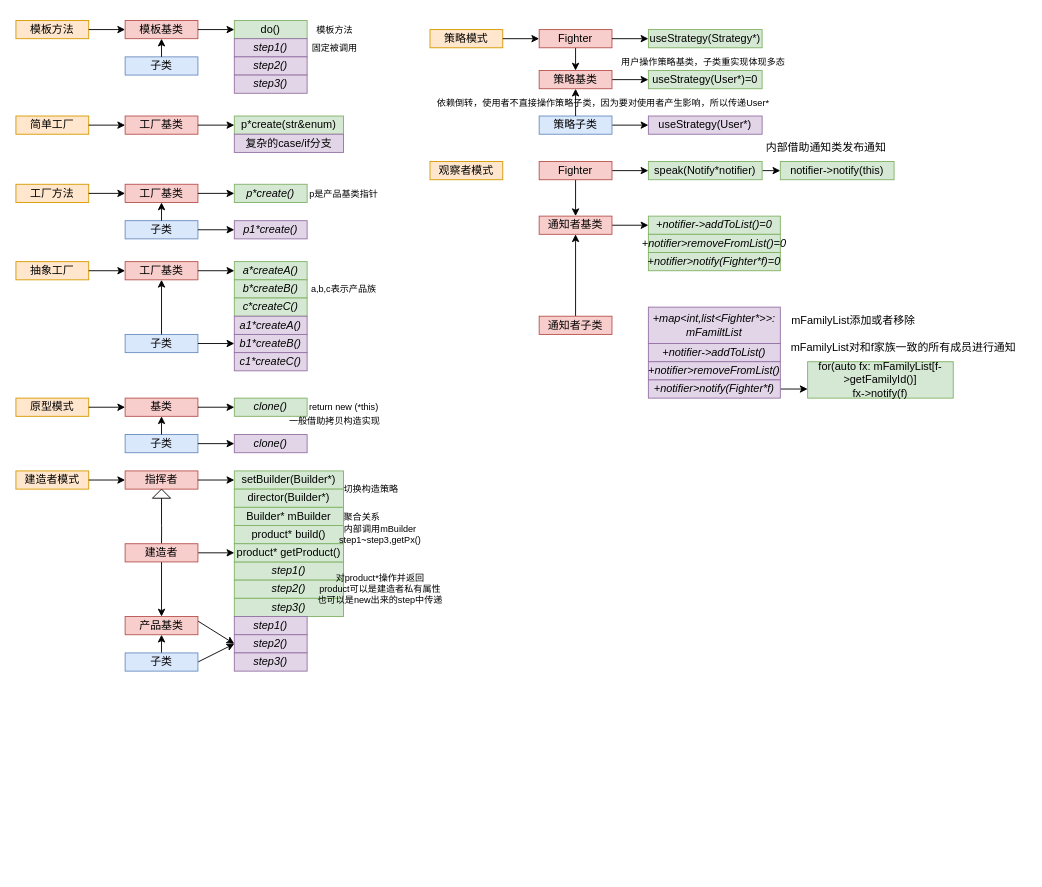
This is designMode.drawio from chenbei97/C--DesignMode, a draw.io file, before an edit. Source tidied: cells renumbered, new cells numbered last; positions are measured from the earlier drawing's top-left corner, leaving out a move shared by most shapes. Both pictures are drawn from the tidied source at 91%, with x=0, y=0 at pixel (15, 15).
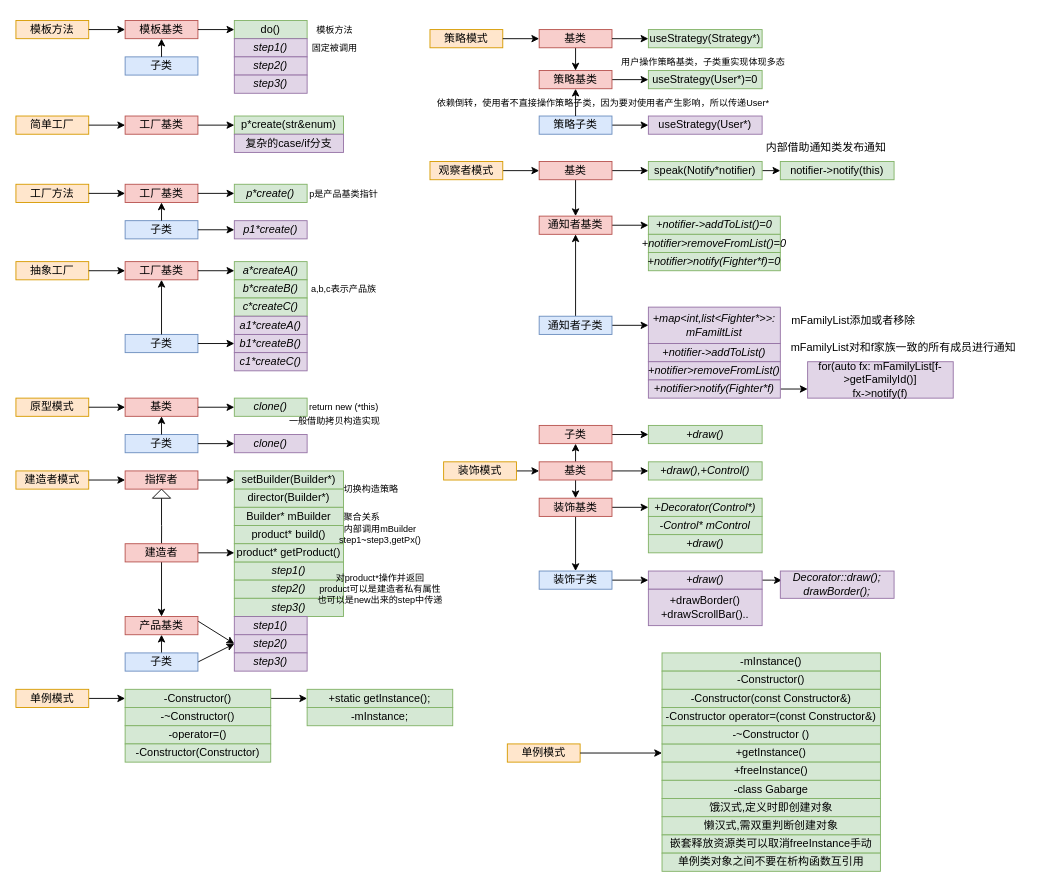
The same page after the edit.

Unchanged cells that the change refers to:
```xml
<mxCell id="106" value="观察者模式" style="whiteSpace=wrap;html=1;fillColor=#ffe6cc;strokeColor=#d79b00;" parent="1" vertex="1">
  <mxGeometry x="455" y="160" width="80" height="20" as="geometry" />
</mxCell>
<mxCell id="124" value="&lt;i&gt;+map&amp;lt;int,list&amp;lt;Fighter*&amp;gt;&amp;gt;:&lt;br&gt;mFamiltList&lt;br&gt;&lt;/i&gt;" style="whiteSpace=wrap;html=1;fillColor=#e1d5e7;strokeColor=#9673a6;" parent="1" vertex="1">
  <mxGeometry x="695" y="320" width="145" height="40" as="geometry" />
</mxCell>
```

Diff of the diagram source:
```diff
@@
-    <mxCell id="93" value="Fighter" style="whiteSpace=wrap;html=1;fillColor=#f8cecc;strokeColor=#b85450;" parent="1" vertex="1">
+    <mxCell id="93" value="基类" style="whiteSpace=wrap;html=1;fillColor=#f8cecc;strokeColor=#b85450;" parent="1" vertex="1">
       <mxGeometry x="575" y="15" width="80" height="20" as="geometry" />
     </mxCell>
@@
+    <mxCell id="129" style="edgeStyle=none;html=1;exitX=1;exitY=0.5;exitDx=0;exitDy=0;entryX=0;entryY=0.5;entryDx=0;entryDy=0;" parent="1" edge="1" source="106" target="109">
+      <mxGeometry relative="1" as="geometry" />
+    </mxCell>
@@
-    <mxCell id="109" value="Fighter" style="whiteSpace=wrap;html=1;fillColor=#f8cecc;strokeColor=#b85450;" parent="1" vertex="1">
+    <mxCell id="109" value="基类" style="whiteSpace=wrap;html=1;fillColor=#f8cecc;strokeColor=#b85450;" parent="1" vertex="1">
       <mxGeometry x="575" y="160" width="80" height="20" as="geometry" />
     </mxCell>
@@
+    <mxCell id="130" style="edgeStyle=orthogonalEdgeStyle;rounded=0;html=1;exitX=1;exitY=0.5;exitDx=0;exitDy=0;entryX=0;entryY=0.5;entryDx=0;entryDy=0;" parent="1" edge="1" source="115" target="124">
+      <mxGeometry relative="1" as="geometry" />
+    </mxCell>
-    <mxCell id="115" value="通知者子类" style="whiteSpace=wrap;html=1;fillColor=#f8cecc;strokeColor=#b85450;" parent="1" vertex="1">
+    <mxCell id="115" value="通知者子类" style="whiteSpace=wrap;html=1;fillColor=#dae8fc;strokeColor=#6c8ebf;" parent="1" vertex="1">
       <mxGeometry x="575" y="330" width="80" height="20" as="geometry" />
     </mxCell>
@@
-    <mxCell id="120" value="for(auto fx: mFamilyList[f-&amp;gt;getFamilyId()]&lt;br&gt;fx-&amp;gt;notify(f)" style="whiteSpace=wrap;html=1;fillColor=#d5e8d4;strokeColor=#82b366;" parent="1" vertex="1">
+    <mxCell id="120" value="for(auto fx: mFamilyList[f-&amp;gt;getFamilyId()]&lt;br&gt;fx-&amp;gt;notify(f)" style="whiteSpace=wrap;html=1;fillColor=#e1d5e7;strokeColor=#9673a6;" parent="1" vertex="1">
       <mxGeometry x="870" y="380" width="160" height="40" as="geometry" />
     </mxCell>
@@
+    <mxCell id="131" style="edgeStyle=orthogonalEdgeStyle;rounded=0;html=1;exitX=1;exitY=0.5;exitDx=0;exitDy=0;entryX=0;entryY=0.5;entryDx=0;entryDy=0;" parent="1" edge="1" source="132" target="136">
+      <mxGeometry relative="1" as="geometry" />
+    </mxCell>
+    <mxCell id="132" value="装饰模式" style="whiteSpace=wrap;html=1;fillColor=#ffe6cc;strokeColor=#d79b00;" parent="1" vertex="1">
+      <mxGeometry x="470" y="490" width="80" height="20" as="geometry" />
+    </mxCell>
+    <mxCell id="133" style="edgeStyle=orthogonalEdgeStyle;rounded=0;html=1;exitX=0.5;exitY=1;exitDx=0;exitDy=0;entryX=0.5;entryY=0;entryDx=0;entryDy=0;" parent="1" edge="1" source="136" target="139">
+      <mxGeometry relative="1" as="geometry" />
+    </mxCell>
+    <mxCell id="134" style="edgeStyle=orthogonalEdgeStyle;rounded=0;html=1;exitX=0.5;exitY=0;exitDx=0;exitDy=0;entryX=0.5;entryY=1;entryDx=0;entryDy=0;" parent="1" edge="1" source="136" target="141">
+      <mxGeometry relative="1" as="geometry" />
+    </mxCell>
+    <mxCell id="135" style="edgeStyle=orthogonalEdgeStyle;rounded=0;html=1;exitX=1;exitY=0.5;exitDx=0;exitDy=0;entryX=0;entryY=0.5;entryDx=0;entryDy=0;" parent="1" edge="1" source="136" target="144">
+      <mxGeometry relative="1" as="geometry" />
+    </mxCell>
+    <mxCell id="136" value="基类" style="whiteSpace=wrap;html=1;fillColor=#f8cecc;strokeColor=#b85450;" parent="1" vertex="1">
+      <mxGeometry x="575" y="490" width="80" height="20" as="geometry" />
+    </mxCell>
+    <mxCell id="137" style="edgeStyle=orthogonalEdgeStyle;rounded=0;html=1;exitX=0.5;exitY=1;exitDx=0;exitDy=0;entryX=0.5;entryY=0;entryDx=0;entryDy=0;" parent="1" edge="1" source="139" target="143">
+      <mxGeometry relative="1" as="geometry" />
+    </mxCell>
+    <mxCell id="138" style="edgeStyle=orthogonalEdgeStyle;rounded=0;html=1;entryX=0;entryY=0.5;entryDx=0;entryDy=0;" parent="1" edge="1" source="139" target="146">
+      <mxGeometry relative="1" as="geometry" />
+    </mxCell>
+    <mxCell id="139" value="装饰基类" style="whiteSpace=wrap;html=1;fillColor=#f8cecc;strokeColor=#b85450;" parent="1" vertex="1">
+      <mxGeometry x="575" y="530" width="80" height="20" as="geometry" />
+    </mxCell>
+    <mxCell id="140" style="edgeStyle=orthogonalEdgeStyle;rounded=0;html=1;exitX=1;exitY=0.5;exitDx=0;exitDy=0;entryX=0;entryY=0.5;entryDx=0;entryDy=0;" parent="1" edge="1" source="141" target="145">
+      <mxGeometry relative="1" as="geometry" />
+    </mxCell>
+    <mxCell id="141" value="子类" style="whiteSpace=wrap;html=1;fillColor=#f8cecc;strokeColor=#b85450;" parent="1" vertex="1">
+      <mxGeometry x="575" y="450" width="80" height="20" as="geometry" />
+    </mxCell>
+    <mxCell id="142" style="edgeStyle=orthogonalEdgeStyle;rounded=0;html=1;exitX=1;exitY=0.5;exitDx=0;exitDy=0;entryX=0;entryY=0.5;entryDx=0;entryDy=0;" parent="1" edge="1" source="143" target="150">
+      <mxGeometry relative="1" as="geometry" />
+    </mxCell>
+    <mxCell id="143" value="装饰子类" style="whiteSpace=wrap;html=1;fillColor=#dae8fc;strokeColor=#6c8ebf;" parent="1" vertex="1">
+      <mxGeometry x="575" y="610" width="80" height="20" as="geometry" />
+    </mxCell>
+    <mxCell id="144" value="&lt;i&gt;+draw(),+Control()&lt;/i&gt;" style="whiteSpace=wrap;html=1;fillColor=#d5e8d4;strokeColor=#82b366;" parent="1" vertex="1">
+      <mxGeometry x="695" y="490" width="125" height="20" as="geometry" />
+    </mxCell>
+    <mxCell id="145" value="&lt;i&gt;+draw()&lt;/i&gt;" style="whiteSpace=wrap;html=1;fillColor=#d5e8d4;strokeColor=#82b366;" parent="1" vertex="1">
+      <mxGeometry x="695" y="450" width="125" height="20" as="geometry" />
+    </mxCell>
+    <mxCell id="146" value="&lt;i&gt;+Decorator(Control*)&lt;/i&gt;" style="whiteSpace=wrap;html=1;fillColor=#d5e8d4;strokeColor=#82b366;" parent="1" vertex="1">
+      <mxGeometry x="695" y="530" width="125" height="20" as="geometry" />
+    </mxCell>
+    <mxCell id="147" value="&lt;i&gt;-Control* mControl&lt;/i&gt;" style="whiteSpace=wrap;html=1;fillColor=#d5e8d4;strokeColor=#82b366;" parent="1" vertex="1">
+      <mxGeometry x="695" y="550" width="125" height="20" as="geometry" />
+    </mxCell>
+    <mxCell id="148" value="&lt;i&gt;+draw()&lt;/i&gt;" style="whiteSpace=wrap;html=1;fillColor=#d5e8d4;strokeColor=#82b366;" parent="1" vertex="1">
+      <mxGeometry x="695" y="570" width="125" height="20" as="geometry" />
+    </mxCell>
+    <mxCell id="149" style="edgeStyle=orthogonalEdgeStyle;rounded=0;html=1;exitX=1;exitY=0.5;exitDx=0;exitDy=0;entryX=0.013;entryY=0.343;entryDx=0;entryDy=0;entryPerimeter=0;" parent="1" edge="1" source="150" target="152">
+      <mxGeometry relative="1" as="geometry" />
+    </mxCell>
+    <mxCell id="150" value="&lt;i&gt;+draw()&lt;/i&gt;" style="whiteSpace=wrap;html=1;fillColor=#e1d5e7;strokeColor=#9673a6;" parent="1" vertex="1">
+      <mxGeometry x="695" y="610" width="125" height="20" as="geometry" />
+    </mxCell>
+    <mxCell id="151" value="+drawBorder()&lt;br&gt;+drawScrollBar().." style="whiteSpace=wrap;html=1;fillColor=#e1d5e7;strokeColor=#9673a6;" parent="1" vertex="1">
+      <mxGeometry x="695" y="630" width="125" height="40" as="geometry" />
+    </mxCell>
+    <mxCell id="152" value="&lt;i&gt;Decorator::draw();&lt;br&gt;drawBorder();&lt;br&gt;&lt;/i&gt;" style="whiteSpace=wrap;html=1;fillColor=#e1d5e7;strokeColor=#9673a6;" parent="1" vertex="1">
+      <mxGeometry x="840" y="610" width="125" height="30" as="geometry" />
+    </mxCell>
+    <mxCell id="153" style="edgeStyle=orthogonalEdgeStyle;rounded=0;html=1;exitX=1;exitY=0.5;exitDx=0;exitDy=0;entryX=0;entryY=0.5;entryDx=0;entryDy=0;" parent="1" edge="1" source="154" target="156">
+      <mxGeometry relative="1" as="geometry" />
+    </mxCell>
+    <mxCell id="154" value="单例模式" style="whiteSpace=wrap;html=1;fillColor=#ffe6cc;strokeColor=#d79b00;" parent="1" vertex="1">
+      <mxGeometry y="740" width="80" height="20" as="geometry" />
+    </mxCell>
+    <mxCell id="155" style="edgeStyle=orthogonalEdgeStyle;rounded=0;html=1;exitX=1;exitY=0.5;exitDx=0;exitDy=0;entryX=0;entryY=0.5;entryDx=0;entryDy=0;" parent="1" edge="1" source="156" target="160">
+      <mxGeometry relative="1" as="geometry" />
+    </mxCell>
+    <mxCell id="156" value="-Constructor()" style="whiteSpace=wrap;html=1;fillColor=#d5e8d4;strokeColor=#82b366;" parent="1" vertex="1">
+      <mxGeometry x="120" y="740" width="160" height="20" as="geometry" />
+    </mxCell>
+    <mxCell id="157" value="-~Constructor()" style="whiteSpace=wrap;html=1;fillColor=#d5e8d4;strokeColor=#82b366;" parent="1" vertex="1">
+      <mxGeometry x="120" y="760" width="160" height="20" as="geometry" />
+    </mxCell>
+    <mxCell id="158" value="-operator=()" style="whiteSpace=wrap;html=1;fillColor=#d5e8d4;strokeColor=#82b366;" parent="1" vertex="1">
+      <mxGeometry x="120" y="780" width="160" height="20" as="geometry" />
+    </mxCell>
+    <mxCell id="159" value="-Constructor(Constructor)" style="whiteSpace=wrap;html=1;fillColor=#d5e8d4;strokeColor=#82b366;" parent="1" vertex="1">
+      <mxGeometry x="120" y="800" width="160" height="20" as="geometry" />
+    </mxCell>
+    <mxCell id="160" value="+static getInstance();" style="whiteSpace=wrap;html=1;fillColor=#d5e8d4;strokeColor=#82b366;" parent="1" vertex="1">
+      <mxGeometry x="320" y="740" width="160" height="20" as="geometry" />
+    </mxCell>
+    <mxCell id="161" value="-mInstance;" style="whiteSpace=wrap;html=1;fillColor=#d5e8d4;strokeColor=#82b366;" parent="1" vertex="1">
+      <mxGeometry x="320" y="760" width="160" height="20" as="geometry" />
+    </mxCell>
+    <mxCell id="162" style="group;" parent="1" vertex="1">
+      <mxGeometry x="540" y="700" width="410" height="240" as="geometry" />
+    </mxCell>
+    <mxCell id="163" value="单例模式" style="whiteSpace=wrap;html=1;fillColor=#ffe6cc;strokeColor=#d79b00;" parent="162" vertex="1">
+      <mxGeometry y="100" width="80" height="20" as="geometry" />
+    </mxCell>
+    <mxCell id="164" value="-mInstance()" style="whiteSpace=wrap;html=1;fillColor=#d5e8d4;strokeColor=#82b366;" parent="162" vertex="1">
+      <mxGeometry x="170" width="240" height="20" as="geometry" />
+    </mxCell>
+    <mxCell id="165" value="+getInstance()" style="whiteSpace=wrap;html=1;fillColor=#d5e8d4;strokeColor=#82b366;" parent="162" vertex="1">
+      <mxGeometry x="170" y="100" width="240" height="20" as="geometry" />
+    </mxCell>
+    <mxCell id="166" style="edgeStyle=none;html=1;exitX=1;exitY=0.5;exitDx=0;exitDy=0;entryX=0;entryY=0.5;entryDx=0;entryDy=0;" parent="162" edge="1" source="163" target="165">
+      <mxGeometry relative="1" as="geometry" />
+    </mxCell>
+    <mxCell id="167" value="-Constructor()" style="whiteSpace=wrap;html=1;fillColor=#d5e8d4;strokeColor=#82b366;" parent="162" vertex="1">
+      <mxGeometry x="170" y="20" width="240" height="20" as="geometry" />
+    </mxCell>
+    <mxCell id="168" value="-Constructor(const Constructor&amp;amp;)" style="whiteSpace=wrap;html=1;fillColor=#d5e8d4;strokeColor=#82b366;" parent="162" vertex="1">
+      <mxGeometry x="170" y="40" width="240" height="20" as="geometry" />
+    </mxCell>
+    <mxCell id="169" value="-Constructor operator=(const Constructor&amp;amp;)" style="whiteSpace=wrap;html=1;fillColor=#d5e8d4;strokeColor=#82b366;" parent="162" vertex="1">
+      <mxGeometry x="170" y="60" width="240" height="20" as="geometry" />
+    </mxCell>
+    <mxCell id="170" value="+freeInstance()" style="whiteSpace=wrap;html=1;fillColor=#d5e8d4;strokeColor=#82b366;" parent="162" vertex="1">
+      <mxGeometry x="170" y="120" width="240" height="20" as="geometry" />
+    </mxCell>
+    <mxCell id="171" value="-class Gabarge" style="whiteSpace=wrap;html=1;fillColor=#d5e8d4;strokeColor=#82b366;" parent="162" vertex="1">
+      <mxGeometry x="170" y="140" width="240" height="20" as="geometry" />
+    </mxCell>
+    <mxCell id="172" value="-~Constructor ()" style="whiteSpace=wrap;html=1;fillColor=#d5e8d4;strokeColor=#82b366;" parent="162" vertex="1">
+      <mxGeometry x="170" y="80" width="240" height="20" as="geometry" />
+    </mxCell>
+    <mxCell id="173" value="饿汉式,定义时即创建对象" style="whiteSpace=wrap;html=1;fillColor=#d5e8d4;strokeColor=#82b366;" parent="162" vertex="1">
+      <mxGeometry x="170" y="160" width="240" height="20" as="geometry" />
+    </mxCell>
+    <mxCell id="174" value="懒汉式,需双重判断创建对象" style="whiteSpace=wrap;html=1;fillColor=#d5e8d4;strokeColor=#82b366;" parent="162" vertex="1">
+      <mxGeometry x="170" y="180" width="240" height="20" as="geometry" />
+    </mxCell>
+    <mxCell id="175" value="嵌套释放资源类可以取消freeInstance手动" style="whiteSpace=wrap;html=1;fillColor=#d5e8d4;strokeColor=#82b366;" parent="162" vertex="1">
+      <mxGeometry x="170" y="200" width="240" height="20" as="geometry" />
+    </mxCell>
+    <mxCell id="176" value="单例类对象之间不要在析构函数互引用" style="whiteSpace=wrap;html=1;fillColor=#d5e8d4;strokeColor=#82b366;" parent="162" vertex="1">
+      <mxGeometry x="170" y="220" width="240" height="20" as="geometry" />
+    </mxCell>
```
